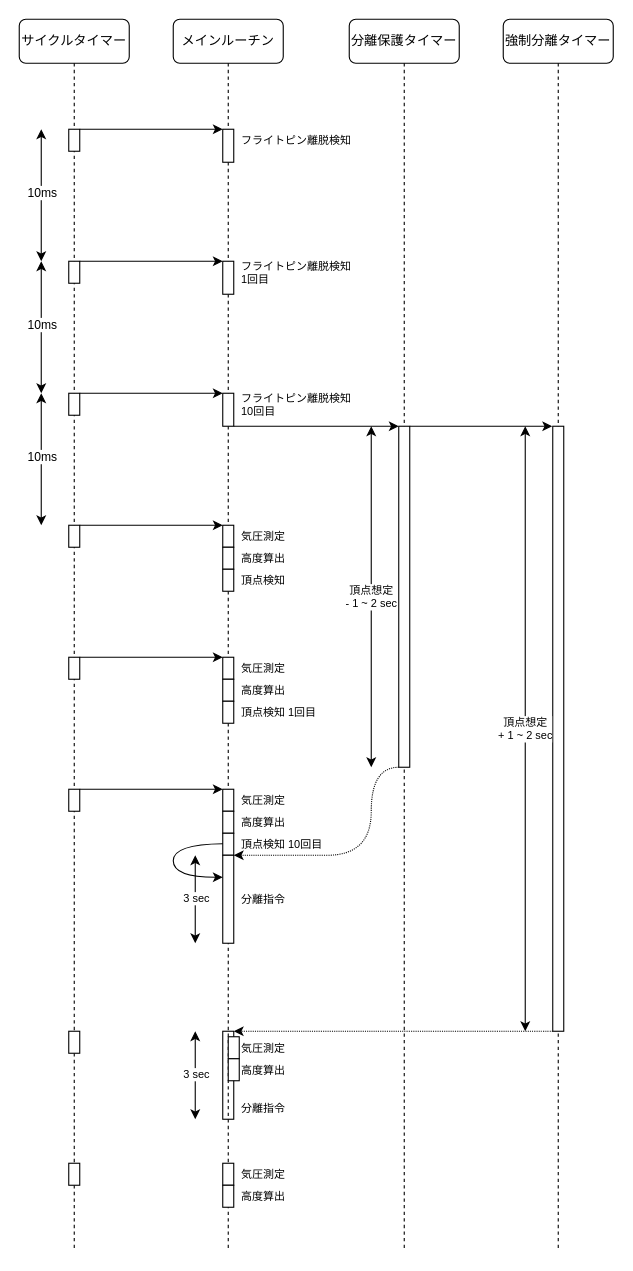
Earlier version of the draw.io diagram FlightComponents/CommonInstrument/Documents/SafetyReview/TimingDiagram.drawio (tokai-student-rocket-project/H-57-Avionics). Source tidied: cells renumbered, new cells numbered last; positions are measured from the earlier drawing's top-left corner, leaving out a move shared by most shapes. Both pictures are drawn from the tidied source at 110%, with x=0, y=0 at pixel (19, 19).
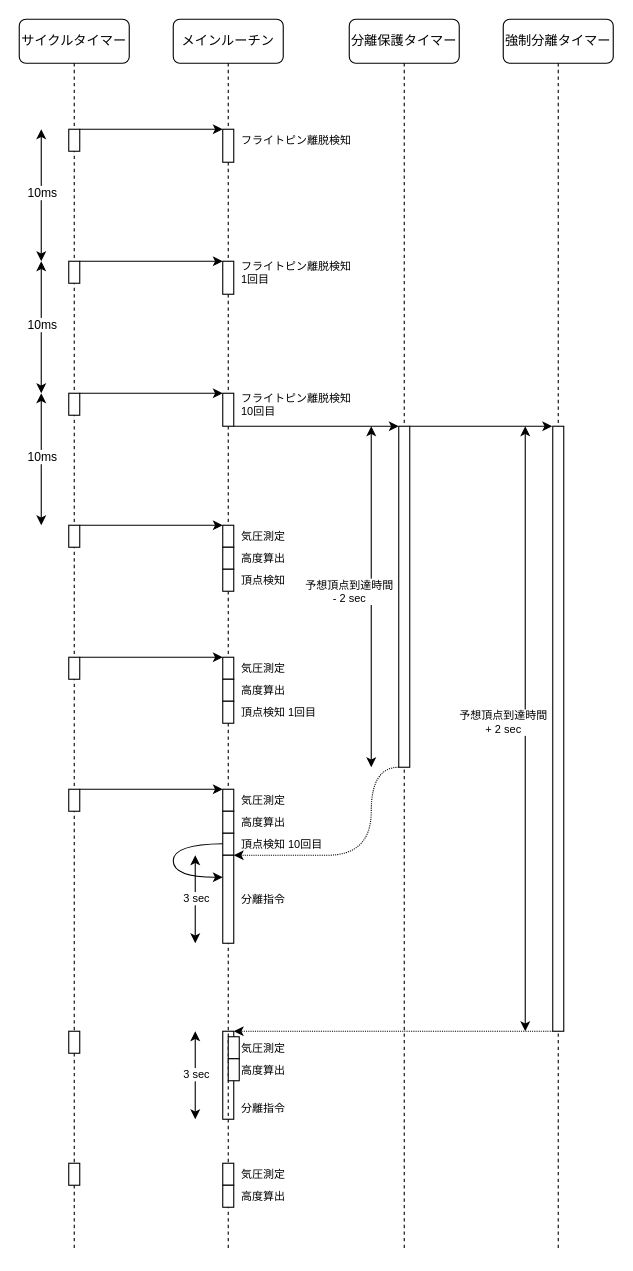
The same page after the edit.

Unchanged cells that the change refers to:
```xml
<mxCell id="26" value="分離保護タイマー" style="shape=umlLifeline;perimeter=lifelinePerimeter;whiteSpace=wrap;html=1;rounded=1;shadow=0;comic=0;labelBackgroundColor=none;strokeWidth=1;fontFamily=Verdana;fontSize=12;align=center;" parent="1" vertex="1">
  <mxGeometry x="300" width="100" height="1120" as="geometry" />
</mxCell>
<mxCell id="30" value="強制分離タイマー" style="shape=umlLifeline;perimeter=lifelinePerimeter;whiteSpace=wrap;html=1;rounded=1;shadow=0;comic=0;labelBackgroundColor=none;strokeWidth=1;fontFamily=Verdana;fontSize=12;align=center;" parent="1" vertex="1">
  <mxGeometry x="440" width="100" height="1120" as="geometry" />
</mxCell>
```

Change to the diagram source:
```diff
@@
-    <mxCell id="28" value="頂点想定&lt;br&gt;- 1 ~ 2 sec" style="endArrow=classic;startArrow=classic;html=1;rounded=1;fontSize=10;" parent="26" edge="1">
-      <mxGeometry relative="1" as="geometry">
+    <mxCell id="28" value="予想頂点到達時間&lt;br&gt;-&amp;nbsp;2 sec" style="endArrow=classic;startArrow=classic;html=1;rounded=1;fontSize=10;" parent="26" edge="1">
+      <mxGeometry x="0.03" y="20" relative="1" as="geometry">
         <mxPoint x="20" y="680" as="sourcePoint" />
         <mxPoint x="20" y="370" as="targetPoint" />
       </mxGeometry>
     </mxCell>
@@
-    <mxCell id="32" value="頂点想定&lt;br&gt;+ 1 ~ 2 sec" style="endArrow=classic;startArrow=classic;html=1;rounded=1;fontSize=10;" parent="30" edge="1">
-      <mxGeometry relative="1" as="geometry">
+    <mxCell id="32" value="予想頂点到達時間&lt;br style=&quot;border-color: var(--border-color);&quot;&gt;+ 2 sec" style="endArrow=classic;startArrow=classic;html=1;rounded=1;fontSize=10;" parent="30" edge="1">
+      <mxGeometry x="0.02" y="20" relative="1" as="geometry">
         <mxPoint x="20" y="920" as="sourcePoint" />
         <mxPoint x="20" y="370" as="targetPoint" />
       </mxGeometry>
     </mxCell>
```
